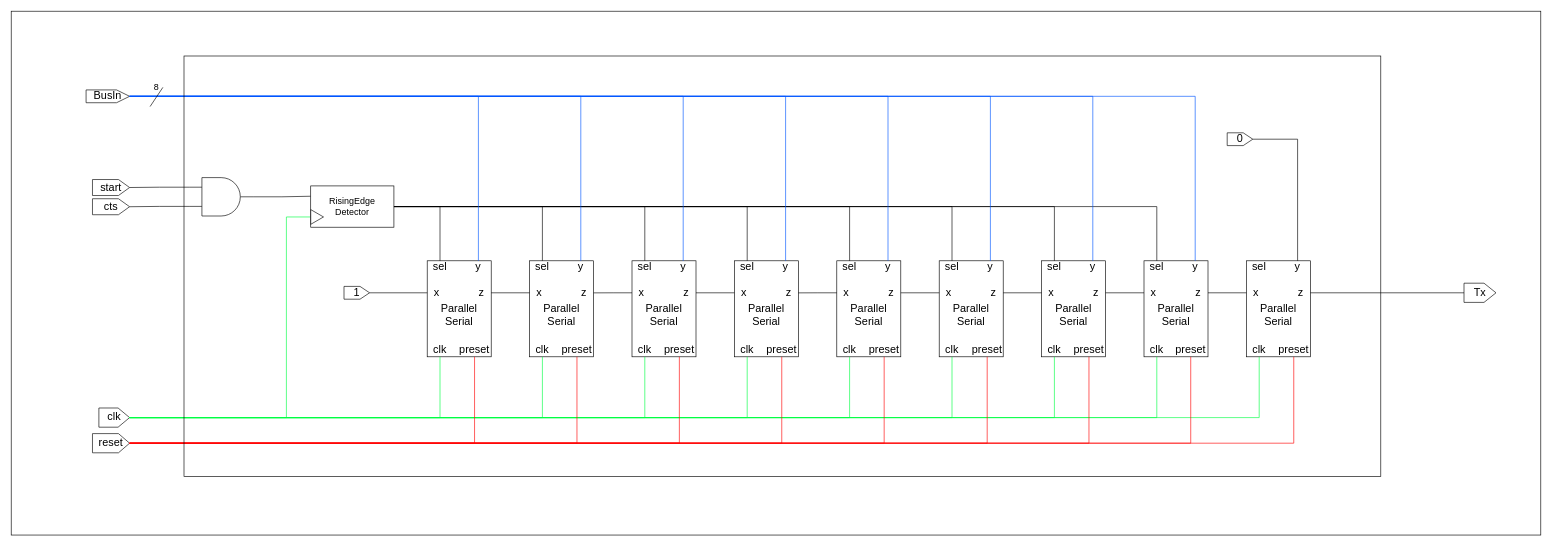
This is page "Serializer" (7 of 10) of Uart.drawio from FlavioRenzi/UART_Project, a draw.io file, before an edit. Source tidied: cells renumbered, new cells numbered last; positions are measured from the earlier drawing's top-left corner, leaving out a move shared by most shapes. Both pictures are drawn from the tidied source at 64%, with x=0, y=0 at pixel (11, 11).
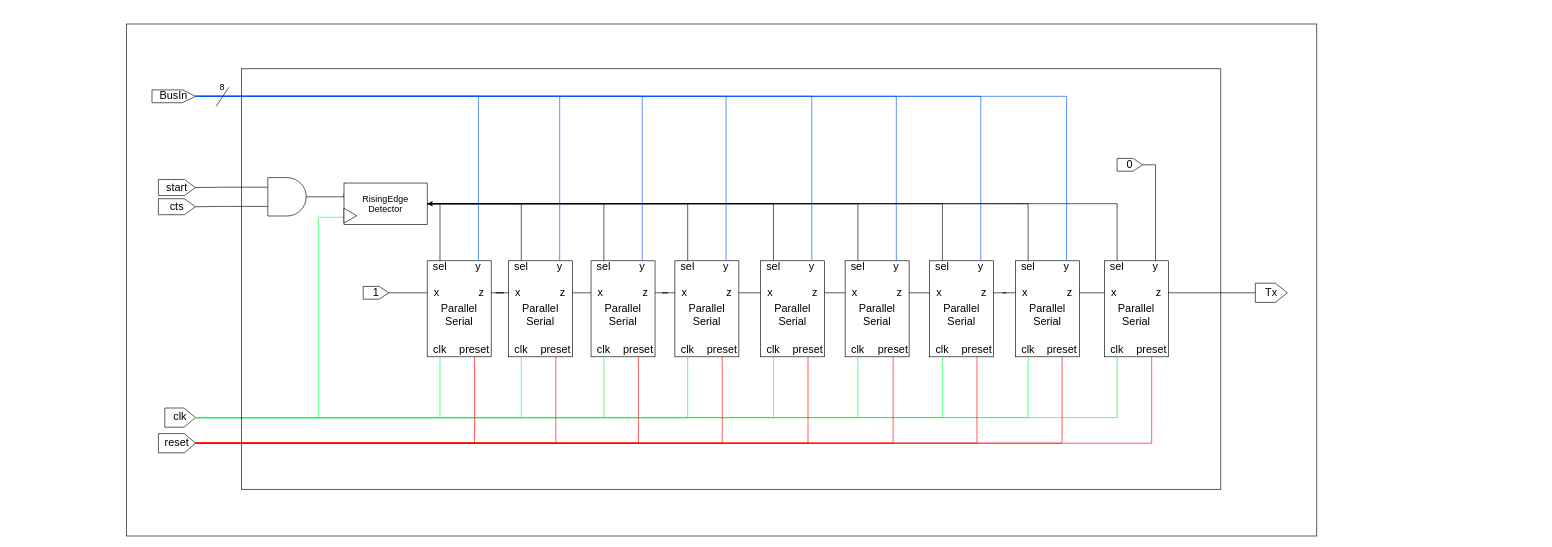
The same diagram, later.

Unchanged cells that the change refers to:
```xml
<mxCell id="25" value="x" style="text;html=1;strokeColor=none;fillColor=none;align=center;verticalAlign=middle;whiteSpace=wrap;rounded=0;fontSize=17;" parent="20" vertex="1">
  <mxGeometry y="40" width="30" height="20" as="geometry" />
</mxCell>
<mxCell id="43" value="x" style="text;html=1;strokeColor=none;fillColor=none;align=center;verticalAlign=middle;whiteSpace=wrap;rounded=0;fontSize=17;" parent="38" vertex="1">
  <mxGeometry y="40" width="30" height="20" as="geometry" />
</mxCell>
<mxCell id="76" value="sel" style="text;html=1;strokeColor=none;fillColor=none;align=center;verticalAlign=middle;whiteSpace=wrap;rounded=0;fontSize=17;" parent="74" vertex="1">
  <mxGeometry width="40" height="20" as="geometry" />
</mxCell>
```

What changed in the source:
```diff
@@
     <mxCell id="11" style="group;fontSize=17;" parent="1" vertex="1">
-      <mxGeometry x="810" y="390" width="120" height="150" as="geometry" />
+      <mxGeometry x="777" y="390" width="120" height="150" as="geometry" />
     </mxCell>
@@
     <mxCell id="20" style="group;fontSize=17;" parent="1" vertex="1">
-      <mxGeometry x="970" y="390" width="120" height="150" as="geometry" />
+      <mxGeometry x="906" y="390" width="120" height="150" as="geometry" />
     </mxCell>
@@
     <mxCell id="29" style="group;fontSize=17;" parent="1" vertex="1">
-      <mxGeometry x="1130" y="390" width="120" height="150" as="geometry" />
+      <mxGeometry x="1037" y="390" width="120" height="150" as="geometry" />
     </mxCell>
@@
     <mxCell id="38" style="group;fontSize=17;" parent="1" vertex="1">
-      <mxGeometry x="1290" y="390" width="120" height="150" as="geometry" />
+      <mxGeometry x="1171" y="390" width="120" height="150" as="geometry" />
     </mxCell>
@@
     <mxCell id="47" style="group;fontSize=17;" parent="1" vertex="1">
-      <mxGeometry x="1450" y="390" width="120" height="150" as="geometry" />
+      <mxGeometry x="1303" y="390" width="120" height="150" as="geometry" />
     </mxCell>
@@
     <mxCell id="56" style="group;fontSize=17;" parent="1" vertex="1">
-      <mxGeometry x="1610" y="390" width="120" height="150" as="geometry" />
+      <mxGeometry x="1435" y="390" width="120" height="150" as="geometry" />
     </mxCell>
@@
     <mxCell id="65" style="group;fontSize=17;" parent="1" vertex="1">
-      <mxGeometry x="1770" y="390" width="120" height="150" as="geometry" />
+      <mxGeometry x="1569" y="390" width="120" height="150" as="geometry" />
     </mxCell>
@@
     <mxCell id="74" style="group;fontSize=17;" parent="1" vertex="1">
-      <mxGeometry x="1930" y="390" width="120" height="150" as="geometry" />
+      <mxGeometry x="1708" y="390" width="120" height="150" as="geometry" />
     </mxCell>
@@
     <mxCell id="84" style="edgeStyle=orthogonalEdgeStyle;rounded=0;jettySize=auto;html=1;exitX=0;exitY=0.5;exitDx=0;exitDy=0;endArrow=none;endFill=0;fontSize=17;" parent="1" edge="1" source="25">
       <mxGeometry relative="1" as="geometry">
-        <mxPoint x="910" y="440.1" as="targetPoint" />
+        <mxPoint x="877" y="440.1" as="targetPoint" />
       </mxGeometry>
     </mxCell>
@@
     <mxCell id="86" style="edgeStyle=orthogonalEdgeStyle;rounded=0;jettySize=auto;html=1;exitX=0;exitY=0.5;exitDx=0;exitDy=0;endArrow=none;endFill=0;fontSize=17;" parent="1" edge="1" source="43">
       <mxGeometry relative="1" as="geometry">
-        <mxPoint x="1230" y="440.1" as="targetPoint" />
+        <mxPoint x="1137" y="440.1" as="targetPoint" />
       </mxGeometry>
     </mxCell>
@@
     <mxCell id="91" style="edgeStyle=orthogonalEdgeStyle;rounded=0;jettySize=auto;html=1;exitX=1;exitY=0.5;exitDx=0;exitDy=0;exitPerimeter=0;entryX=0;entryY=0.25;entryDx=0;entryDy=0;endArrow=none;endFill=0;fontSize=17;" parent="1" edge="1" source="94" target="144">
-      <mxGeometry relative="1" as="geometry" />
+      <mxGeometry relative="1" as="geometry">
+        <Array as="points">
+          <mxPoint x="520" y="290" />
+        </Array>
+      </mxGeometry>
     </mxCell>
@@
     <mxCell id="94" style="verticalLabelPosition=bottom;shadow=0;dashed=0;align=center;html=1;verticalAlign=top;shape=mxgraph.electrical.logic_gates.logic_gate;operation=and;fillColor=#ffffff;fontSize=17;" parent="1" vertex="1">
-      <mxGeometry x="278" y="260" width="100" height="60" as="geometry" />
+      <mxGeometry x="381" y="260" width="100" height="60" as="geometry" />
     </mxCell>
@@
     <mxCell id="102" style="edgeStyle=orthogonalEdgeStyle;rounded=0;jettySize=auto;html=1;exitX=0.5;exitY=1;exitDx=0;exitDy=0;entryX=0;entryY=0.5;entryDx=0;entryDy=0;endArrow=none;endFill=0;strokeColor=#00FF44;fontSize=17;" parent="1" edge="1" source="103" target="145">
       <mxGeometry relative="1" as="geometry">
         <Array as="points">
-          <mxPoint x="430" y="635" />
-          <mxPoint x="430" y="322" />
+          <mxPoint x="480" y="635" />
+          <mxPoint x="480" y="322" />
+          <mxPoint x="520" y="322" />
         </Array>
       </mxGeometry>
     </mxCell>
     <mxCell id="103" value="clk" style="shape=offPageConnector;whiteSpace=wrap;html=1;rotation=0;size=0.375;direction=north;fontSize=17;" parent="1" vertex="1">
-      <mxGeometry x="137" y="620" width="48" height="30" as="geometry" />
+      <mxGeometry x="240" y="620" width="48" height="30" as="geometry" />
     </mxCell>
     <mxCell id="104" value="reset" style="shape=offPageConnector;whiteSpace=wrap;html=1;rotation=0;size=0.3;direction=north;fontSize=17;" parent="1" vertex="1">
-      <mxGeometry x="127" y="660" width="58" height="30" as="geometry" />
+      <mxGeometry x="230" y="660" width="58" height="30" as="geometry" />
     </mxCell>
@@
     <mxCell id="124" value="BusIn" style="shape=offPageConnector;whiteSpace=wrap;html=1;rotation=0;size=0.3;direction=north;fontSize=17;" parent="1" vertex="1">
-      <mxGeometry x="117" y="123" width="68" height="20" as="geometry" />
+      <mxGeometry x="220" y="123" width="68" height="20" as="geometry" />
     </mxCell>
@@
     <mxCell id="132" value="1" style="shape=offPageConnector;whiteSpace=wrap;html=1;rotation=0;size=0.375;direction=north;fontSize=17;" parent="1" vertex="1">
-      <mxGeometry x="520" y="430" width="40" height="20" as="geometry" />
+      <mxGeometry x="550" y="430" width="40" height="20" as="geometry" />
     </mxCell>
@@
     <mxCell id="135" value="0" style="shape=offPageConnector;whiteSpace=wrap;html=1;rotation=0;size=0.375;direction=north;fontSize=17;" parent="1" vertex="1">
-      <mxGeometry x="1900" y="190" width="40" height="20" as="geometry" />
+      <mxGeometry x="1728" y="230" width="40" height="20" as="geometry" />
     </mxCell>
     <mxCell id="136" value="cts" style="shape=offPageConnector;whiteSpace=wrap;html=1;rotation=0;size=0.3;direction=north;fontSize=17;" parent="1" vertex="1">
-      <mxGeometry x="127" y="293" width="58" height="25" as="geometry" />
+      <mxGeometry x="230" y="293" width="58" height="25" as="geometry" />
     </mxCell>
     <mxCell id="137" value="start" style="shape=offPageConnector;whiteSpace=wrap;html=1;rotation=0;size=0.3;direction=north;fontSize=17;" parent="1" vertex="1">
-      <mxGeometry x="127" y="263" width="58" height="25" as="geometry" />
+      <mxGeometry x="230" y="263" width="58" height="25" as="geometry" />
     </mxCell>
     <mxCell id="138" value="Tx" style="shape=offPageConnector;whiteSpace=wrap;html=1;rotation=0;size=0.375;direction=north;fontSize=17;" parent="1" vertex="1">
-      <mxGeometry x="2270" y="425" width="50" height="30" as="geometry" />
+      <mxGeometry x="1944" y="425" width="50" height="30" as="geometry" />
     </mxCell>
@@
     <mxCell id="140" style="rounded=0;whiteSpace=wrap;html=1;fontSize=17;fillColor=none;" parent="1" vertex="1">
-      <mxGeometry x="270" y="70" width="1870" height="657" as="geometry" />
+      <mxGeometry x="360" y="90" width="1530" height="657" as="geometry" />
     </mxCell>
     <mxCell id="141" style="rounded=0;whiteSpace=wrap;html=1;fontSize=17;fillColor=none;" parent="1" vertex="1">
-      <mxGeometry width="2390" height="818.5" as="geometry" />
+      <mxGeometry x="180" y="20" width="1860" height="800" as="geometry" />
     </mxCell>
     <mxCell id="142" style="endArrow=none;html=1;fontSize=14;fontColor=#FF0505;" parent="1" edge="1">
       <mxGeometry relative="1" as="geometry">
-        <mxPoint x="217" y="149" as="sourcePoint" />
-        <mxPoint x="237" y="119" as="targetPoint" />
+        <mxPoint x="320" y="149" as="sourcePoint" />
+        <mxPoint x="340" y="119" as="targetPoint" />
       </mxGeometry>
     </mxCell>
     <mxCell id="143" value="&lt;font color=&quot;#000000&quot;&gt;8&lt;/font&gt;" style="text;html=1;strokeColor=none;fillColor=none;align=center;verticalAlign=middle;whiteSpace=wrap;rounded=0;fontSize=14;fontColor=#FF0505;" parent="1" vertex="1">
-      <mxGeometry x="207" y="109" width="40" height="20" as="geometry" />
+      <mxGeometry x="310" y="109" width="40" height="20" as="geometry" />
     </mxCell>
     <mxCell id="144" value="RisingEdge&lt;br style=&quot;font-size: 14px;&quot;&gt;Detector" style="rounded=0;whiteSpace=wrap;html=1;fontSize=14;" parent="1" vertex="1">
-      <mxGeometry x="468" y="273" width="130" height="64.5" as="geometry" />
+      <mxGeometry x="520" y="268.5" width="130" height="64.5" as="geometry" />
     </mxCell>
     <mxCell id="145" style="triangle;whiteSpace=wrap;html=1;fontSize=14;" parent="1" vertex="1">
-      <mxGeometry x="468" y="310" width="20" height="23" as="geometry" />
+      <mxGeometry x="520" y="308" width="20" height="23" as="geometry" />
     </mxCell>
@@
+    <mxCell id="147" style="edgeStyle=orthogonalEdgeStyle;rounded=0;jettySize=auto;html=1;exitX=0.5;exitY=0;exitDx=0;exitDy=0;entryX=1;entryY=0.5;entryDx=0;entryDy=0;" parent="1" edge="1" source="76" target="144">
+      <mxGeometry relative="1" as="geometry" />
+    </mxCell>
```
